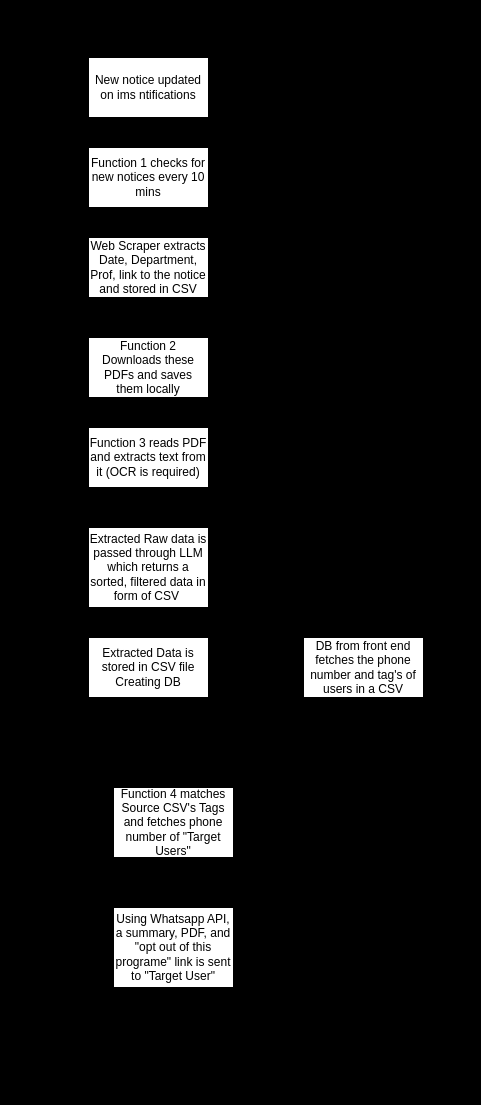
The draw.io diagram Flow.drawio in kumarkushagra/CampusPing, before the edit. Source tidied: cells renumbered, new cells numbered last; positions are measured from the earlier drawing's top-left corner, leaving out a move shared by most shapes. Both pictures are drawn from the tidied source at 100%, with x=0, y=0 at pixel (88, 57).
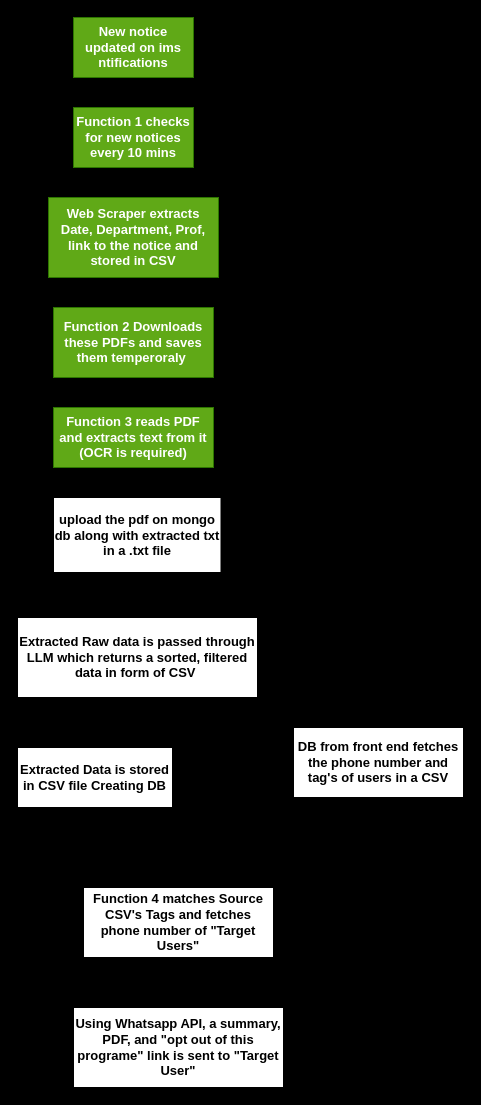
The same page after the edit.

Change to the diagram source:
```diff
@@
-    <mxCell id="2" style="edgeStyle=none;html=1;" parent="1" edge="1" source="3" target="5">
+    <mxCell id="2" style="edgeStyle=none;fontStyle=1;fontSize=13;labelBorderColor=none;labelPosition=center;verticalLabelPosition=middle;align=center;verticalAlign=middle;html=1;" parent="1" edge="1" source="3" target="5">
       <mxGeometry relative="1" as="geometry" />
     </mxCell>
-    <mxCell id="3" value="New notice updated on ims ntifications" style="rounded=0;whiteSpace=wrap;html=1;" parent="1" vertex="1">
-      <mxGeometry width="120" height="60" as="geometry" />
+    <mxCell id="3" value="New notice updated on ims ntifications" style="rounded=0;whiteSpace=wrap;fontStyle=1;fontSize=13;labelBorderColor=none;labelPosition=center;verticalLabelPosition=middle;align=center;verticalAlign=middle;html=1;fillColor=#60a917;fontColor=#ffffff;strokeColor=#2D7600;" parent="1" vertex="1">
+      <mxGeometry x="-15" y="-40" width="120" height="60" as="geometry" />
     </mxCell>
-    <mxCell id="4" style="edgeStyle=none;html=1;" parent="1" edge="1" source="5" target="7">
+    <mxCell id="4" style="edgeStyle=none;fontStyle=1;fontSize=13;labelBorderColor=none;labelPosition=center;verticalLabelPosition=middle;align=center;verticalAlign=middle;html=1;" parent="1" edge="1" source="5" target="7">
       <mxGeometry relative="1" as="geometry" />
     </mxCell>
-    <mxCell id="5" value="Function 1 checks for new notices every 10 mins" style="rounded=0;whiteSpace=wrap;html=1;" parent="1" vertex="1">
-      <mxGeometry y="90" width="120" height="60" as="geometry" />
+    <mxCell id="5" value="Function 1 checks for new notices every 10 mins" style="rounded=0;whiteSpace=wrap;fontStyle=1;fontSize=13;labelBorderColor=none;labelPosition=center;verticalLabelPosition=middle;align=center;verticalAlign=middle;html=1;fillColor=#60a917;fontColor=#ffffff;strokeColor=#2D7600;" parent="1" vertex="1">
+      <mxGeometry x="-15" y="50" width="120" height="60" as="geometry" />
     </mxCell>
-    <mxCell id="6" style="edgeStyle=none;html=1;" parent="1" edge="1" source="7" target="9">
+    <mxCell id="6" style="edgeStyle=none;fontStyle=1;fontSize=13;labelBorderColor=none;labelPosition=center;verticalLabelPosition=middle;align=center;verticalAlign=middle;html=1;" parent="1" edge="1" source="7" target="9">
       <mxGeometry relative="1" as="geometry" />
     </mxCell>
-    <mxCell id="7" value="Web Scraper extracts Date, Department, Prof, link to the notice and stored in CSV&lt;br&gt;" style="rounded=0;whiteSpace=wrap;html=1;" parent="1" vertex="1">
-      <mxGeometry y="180" width="120" height="60" as="geometry" />
+    <mxCell id="7" value="Web Scraper extracts Date, Department, Prof, link to the notice and stored in CSV&lt;br&gt;" style="rounded=0;whiteSpace=wrap;fontStyle=1;fontSize=13;labelBorderColor=none;labelPosition=center;verticalLabelPosition=middle;align=center;verticalAlign=middle;html=1;fillColor=#60a917;fontColor=#ffffff;strokeColor=#2D7600;" parent="1" vertex="1">
+      <mxGeometry x="-40" y="140" width="170" height="80" as="geometry" />
     </mxCell>
-    <mxCell id="8" style="edgeStyle=none;html=1;" parent="1" edge="1" source="9" target="11">
+    <mxCell id="8" style="edgeStyle=none;fontStyle=1;fontSize=13;labelBorderColor=none;labelPosition=center;verticalLabelPosition=middle;align=center;verticalAlign=middle;html=1;" parent="1" edge="1" source="9" target="11">
       <mxGeometry relative="1" as="geometry" />
     </mxCell>
-    <mxCell id="9" value="Function 2 Downloads these PDFs and saves them locally" style="rounded=0;whiteSpace=wrap;html=1;" parent="1" vertex="1">
-      <mxGeometry y="280" width="120" height="60" as="geometry" />
+    <mxCell id="9" value="Function 2 Downloads these PDFs and saves them temperoraly&amp;nbsp;&lt;br&gt;" style="rounded=0;whiteSpace=wrap;fontStyle=1;fontSize=13;labelBorderColor=none;labelPosition=center;verticalLabelPosition=middle;align=center;verticalAlign=middle;html=1;fillColor=#60a917;fontColor=#ffffff;strokeColor=#2D7600;" parent="1" vertex="1">
+      <mxGeometry x="-35" y="250" width="160" height="70" as="geometry" />
     </mxCell>
-    <mxCell id="10" style="edgeStyle=none;html=1;" parent="1" edge="1" source="11" target="13">
-      <mxGeometry relative="1" as="geometry" />
-    </mxCell>
+    <mxCell id="21" style="edgeStyle=none;sketch=0;hachureGap=4;jiggle=2;curveFitting=1;fontFamily=Helvetica;fontSize=13;fontStyle=1;labelBorderColor=none;labelPosition=center;verticalLabelPosition=middle;align=center;verticalAlign=middle;html=1;" parent="1" edge="1" source="11" target="23">
+      <mxGeometry relative="1" as="geometry" />
+    </mxCell>
-    <mxCell id="11" value="Function 3 reads PDF and extracts text from it (OCR is required)&lt;br&gt;" style="rounded=0;whiteSpace=wrap;html=1;" parent="1" vertex="1">
-      <mxGeometry y="370" width="120" height="60" as="geometry" />
+    <mxCell id="11" value="Function 3 reads PDF and extracts text from it (OCR is required)&lt;br&gt;" style="rounded=0;whiteSpace=wrap;fontStyle=1;fontSize=13;labelBorderColor=none;labelPosition=center;verticalLabelPosition=middle;align=center;verticalAlign=middle;html=1;fillColor=#60a917;fontColor=#ffffff;strokeColor=#2D7600;" parent="1" vertex="1">
+      <mxGeometry x="-35" y="350" width="160" height="60" as="geometry" />
     </mxCell>
-    <mxCell id="12" style="edgeStyle=none;html=1;" parent="1" edge="1" source="13" target="15">
+    <mxCell id="12" style="edgeStyle=none;sketch=0;hachureGap=4;jiggle=2;curveFitting=1;html=1;entryX=0.75;entryY=0;entryDx=0;entryDy=0;labelBorderColor=none;fontFamily=Helvetica;fontSize=13;labelPosition=center;verticalLabelPosition=middle;align=center;verticalAlign=middle;" parent="1" edge="1" source="13" target="15">
       <mxGeometry relative="1" as="geometry" />
     </mxCell>
-    <mxCell id="13" value="Extracted Raw data is passed through LLM which returns a sorted, filtered data in form of CSV&amp;nbsp;&lt;br&gt;" style="rounded=0;whiteSpace=wrap;html=1;" parent="1" vertex="1">
-      <mxGeometry y="470" width="120" height="80" as="geometry" />
+    <mxCell id="13" value="Extracted Raw data is passed through LLM which returns a sorted, filtered data in form of CSV&amp;nbsp;&lt;br&gt;" style="rounded=0;whiteSpace=wrap;fontStyle=1;fontSize=13;labelBorderColor=none;labelPosition=center;verticalLabelPosition=middle;align=center;verticalAlign=middle;html=1;" parent="1" vertex="1">
+      <mxGeometry x="-71" y="560" width="240" height="80" as="geometry" />
     </mxCell>
-    <mxCell id="14" style="edgeStyle=none;html=1;entryX=0.5;entryY=0;entryDx=0;entryDy=0;" parent="1" edge="1" source="15" target="19">
+    <mxCell id="14" style="edgeStyle=none;entryX=0.5;entryY=0;entryDx=0;entryDy=0;fontStyle=1;fontSize=13;labelBorderColor=none;labelPosition=center;verticalLabelPosition=middle;align=center;verticalAlign=middle;html=1;" parent="1" edge="1" source="15" target="19">
       <mxGeometry relative="1" as="geometry" />
     </mxCell>
-    <mxCell id="15" value="Extracted Data is stored in CSV file Creating DB&lt;br&gt;" style="rounded=0;whiteSpace=wrap;html=1;" parent="1" vertex="1">
-      <mxGeometry y="580" width="120" height="60" as="geometry" />
+    <mxCell id="15" value="Extracted Data is stored in CSV file Creating DB&lt;br&gt;" style="rounded=0;whiteSpace=wrap;fontStyle=1;fontSize=13;labelBorderColor=none;labelPosition=center;verticalLabelPosition=middle;align=center;verticalAlign=middle;html=1;" parent="1" vertex="1">
+      <mxGeometry x="-71" y="690" width="155" height="60" as="geometry" />
     </mxCell>
-    <mxCell id="16" style="edgeStyle=none;html=1;entryX=0.5;entryY=0;entryDx=0;entryDy=0;" parent="1" edge="1" source="17" target="19">
+    <mxCell id="16" style="edgeStyle=none;entryX=0.5;entryY=0;entryDx=0;entryDy=0;fontStyle=1;fontSize=13;labelBorderColor=none;labelPosition=center;verticalLabelPosition=middle;align=center;verticalAlign=middle;html=1;" parent="1" edge="1" source="17" target="19">
       <mxGeometry relative="1" as="geometry" />
     </mxCell>
-    <mxCell id="17" value="DB from front end fetches the phone number and tag's of users in a CSV" style="rounded=0;whiteSpace=wrap;html=1;" parent="1" vertex="1">
-      <mxGeometry x="215" y="580" width="120" height="60" as="geometry" />
+    <mxCell id="17" value="DB from front end fetches the phone number and tag&amp;#39;s of users in a CSV" style="rounded=0;whiteSpace=wrap;fontStyle=1;fontSize=13;labelBorderColor=none;labelPosition=center;verticalLabelPosition=middle;align=center;verticalAlign=middle;html=1;" parent="1" vertex="1">
+      <mxGeometry x="205" y="670" width="170" height="70" as="geometry" />
     </mxCell>
-    <mxCell id="18" style="edgeStyle=none;html=1;" parent="1" edge="1" source="19" target="20">
+    <mxCell id="18" style="edgeStyle=none;fontStyle=1;fontSize=13;labelBorderColor=none;labelPosition=center;verticalLabelPosition=middle;align=center;verticalAlign=middle;html=1;" parent="1" edge="1" source="19" target="20">
       <mxGeometry relative="1" as="geometry" />
     </mxCell>
-    <mxCell id="19" value="Function 4 matches Source CSV's Tags and fetches phone number of &quot;Target Users&quot;" style="rounded=0;whiteSpace=wrap;html=1;" parent="1" vertex="1">
-      <mxGeometry x="25" y="730" width="120" height="70" as="geometry" />
+    <mxCell id="19" value="Function 4 matches Source CSV&amp;#39;s Tags and fetches phone number of &amp;quot;Target Users&amp;quot;" style="rounded=0;whiteSpace=wrap;fontStyle=1;fontSize=13;labelBorderColor=none;labelPosition=center;verticalLabelPosition=middle;align=center;verticalAlign=middle;html=1;" parent="1" vertex="1">
+      <mxGeometry x="-5" y="830" width="190" height="70" as="geometry" />
     </mxCell>
-    <mxCell id="20" value="Using Whatsapp API, a summary, PDF, and &quot;opt out of this programe&quot; link is sent to &quot;Target User&quot;&lt;br&gt;" style="rounded=0;whiteSpace=wrap;html=1;" parent="1" vertex="1">
-      <mxGeometry x="25" y="850" width="120" height="80" as="geometry" />
+    <mxCell id="20" value="Using Whatsapp API, a summary, PDF, and &quot;opt out of this programe&quot; link is sent to &quot;Target User&quot;&lt;br&gt;" style="rounded=0;whiteSpace=wrap;fontStyle=1;fontSize=13;labelBorderColor=none;labelPosition=center;verticalLabelPosition=middle;align=center;verticalAlign=middle;html=1;" parent="1" vertex="1">
+      <mxGeometry x="-15" y="950" width="210" height="80" as="geometry" />
     </mxCell>
+    <mxCell id="22" style="edgeStyle=none;hachureGap=4;fontFamily=Helvetica;fontSize=13;fontStyle=1;labelBorderColor=none;labelPosition=center;verticalLabelPosition=middle;align=center;verticalAlign=middle;html=1;" parent="1" edge="1" source="23" target="13">
+      <mxGeometry relative="1" as="geometry" />
+    </mxCell>
+    <mxCell id="23" value="upload the pdf on mongo db along with extracted txt in a .txt file" style="rounded=0;whiteSpace=wrap;hachureGap=4;fontFamily=Helvetica;fontSize=13;fontStyle=1;labelBorderColor=none;labelPosition=center;verticalLabelPosition=middle;align=center;verticalAlign=middle;html=1;" parent="1" vertex="1">
+      <mxGeometry x="-35" y="440" width="167.5" height="75" as="geometry" />
+    </mxCell>
```
